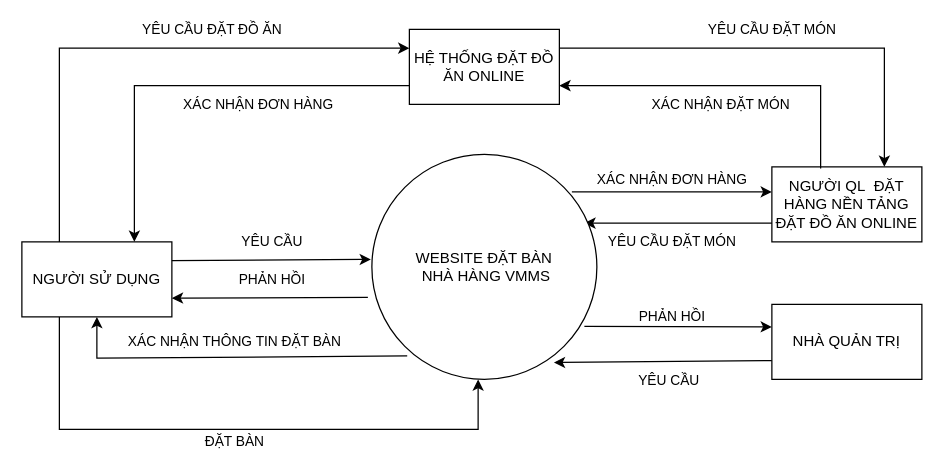
trucka312/diagram keeps this draw.io diagram as page "context Diagram" (1 of 12) of Biểu đồ không có tiêu đề.drawio. Above is the earlier version. Source tidied: cells renumbered, new cells numbered last; positions are measured from the earlier drawing's top-left corner, leaving out a move shared by most shapes. Both pictures are drawn from the tidied source at 125%, with x=0, y=0 at pixel (21, 29).
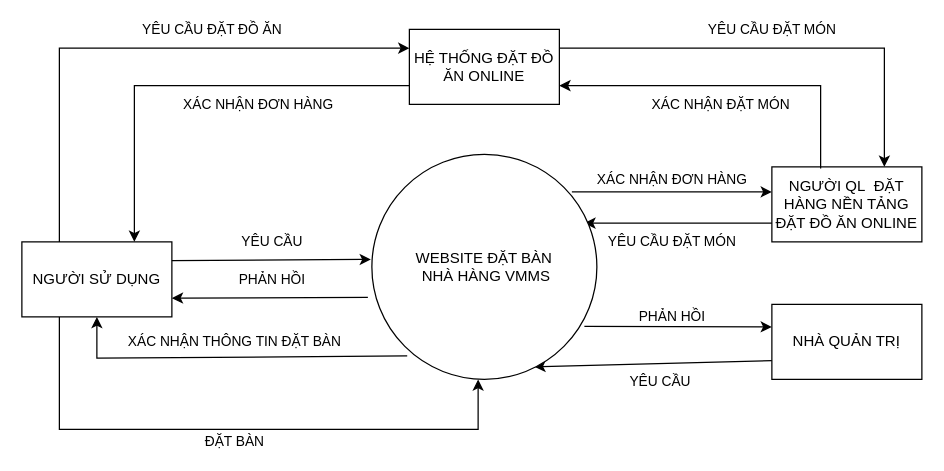
Above is the later version.

Commit message:
Cập nhật Biểu đồ không có tiêu đề.drawio

The change refers to these unchanged cells:
```xml
<mxCell id="8" value="NHÀ QUẢN TRỊ" style="rounded=0;whiteSpace=wrap;html=1;" parent="1" vertex="1">
  <mxGeometry x="600" y="220" width="120" height="60" as="geometry" />
</mxCell>
<mxCell id="13" value="WEBSITE ĐẶT BÀN&lt;br&gt;&amp;nbsp;NHÀ HÀNG VMMS" style="ellipse;whiteSpace=wrap;html=1;" parent="1" vertex="1">
  <mxGeometry x="280" y="100" width="180" height="180" as="geometry" />
</mxCell>
```

The edit, as a diff of the source:
```diff
@@
-    <mxCell id="10" value="YÊU CẦU&amp;nbsp;" style="endArrow=classic;html=1;rounded=0;exitX=0;exitY=0.75;exitDx=0;exitDy=0;entryX=0.809;entryY=0.925;entryDx=0;entryDy=0;entryPerimeter=0;" parent="1" edge="1" source="8" target="13">
+    <mxCell id="10" value="YÊU CẦU&amp;nbsp;" style="endArrow=classic;html=1;rounded=0;exitX=0;exitY=0.75;exitDx=0;exitDy=0;entryX=0.722;entryY=0.944;entryDx=0;entryDy=0;entryPerimeter=0;" parent="1" edge="1" source="8" target="13">
       <mxGeometry x="-0.07" y="15" relative="1" as="geometry" />
     </mxCell>
```
